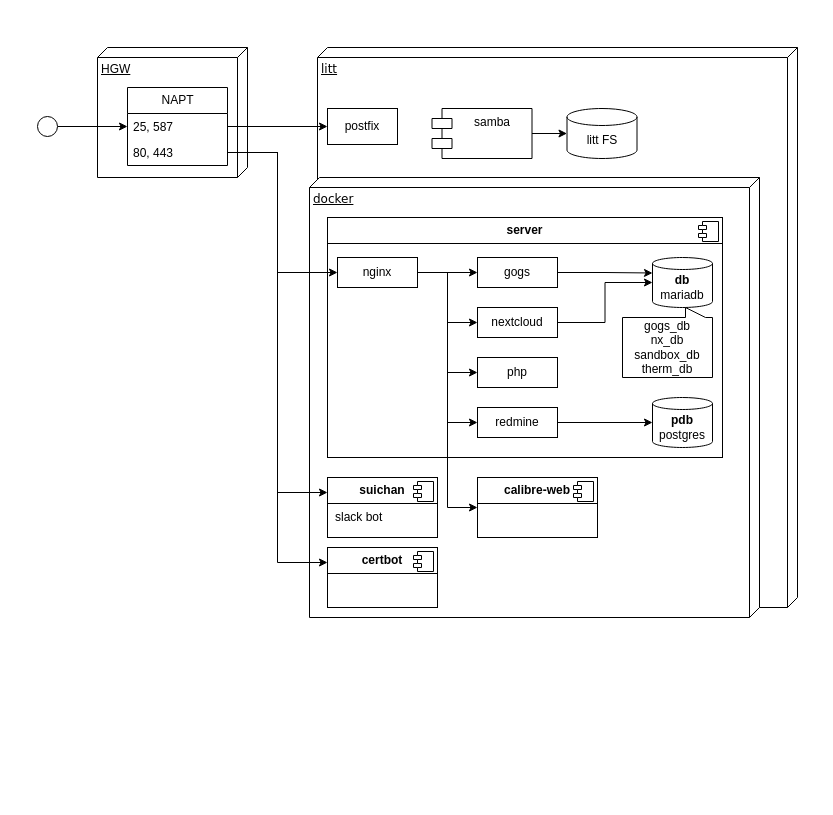
Before: page "present" (1 of 2) of img/home-network.drawio in hadacchi/architecture, a draw.io diagram. Source tidied: cells renumbered, new cells numbered last; positions are measured from the earlier drawing's top-left corner, leaving out a move shared by most shapes. Both pictures are drawn from the tidied source at 100%, with x=0, y=0 at pixel (37, 47).
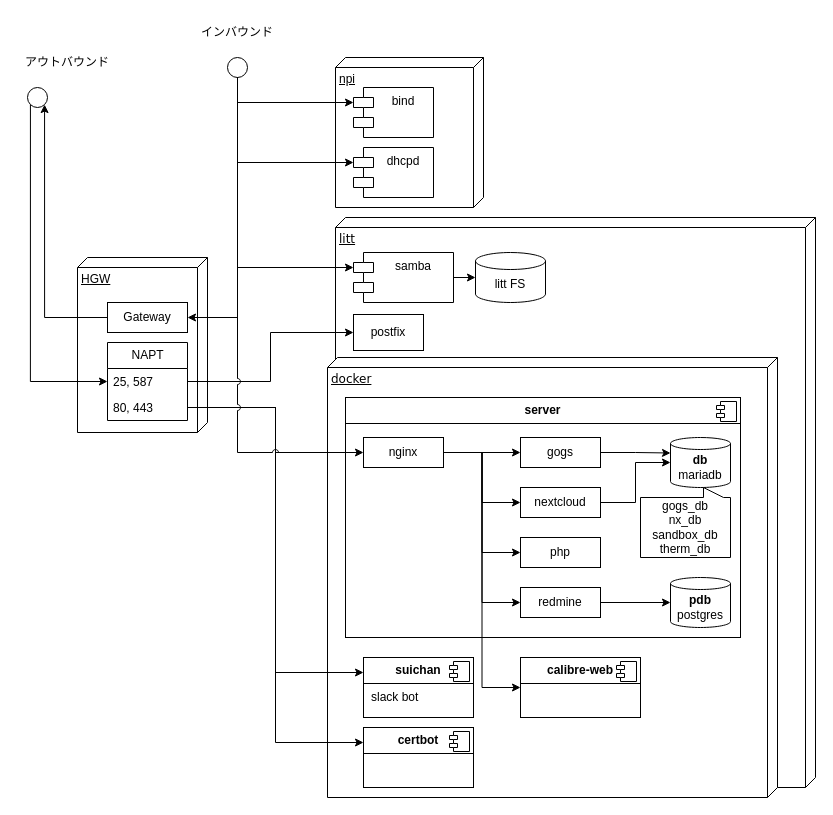
The same page after the edit.

Commit message (it also covers changes not shown here):
home-network.drawio を更新します

Change to the diagram source:
```diff
@@
     <mxCell id="2" value="HGW" style="verticalAlign=top;align=left;spacingTop=8;spacingLeft=2;spacingRight=12;shape=cube;size=10;direction=south;fontStyle=4;html=1;whiteSpace=wrap;" parent="1" vertex="1">
-      <mxGeometry x="60" width="150" height="130" as="geometry" />
+      <mxGeometry x="40" y="210" width="130" height="175" as="geometry" />
     </mxCell>
     <mxCell id="3" value="litt" style="verticalAlign=top;align=left;spacingTop=8;spacingLeft=2;spacingRight=12;shape=cube;size=10;direction=south;fontStyle=4;html=1;rounded=0;shadow=0;comic=0;labelBackgroundColor=none;strokeWidth=1;fontFamily=Verdana;fontSize=12;" parent="1" vertex="1">
-      <mxGeometry x="280" width="480" height="560" as="geometry" />
+      <mxGeometry x="298" y="170" width="480" height="570" as="geometry" />
     </mxCell>
     <mxCell id="4" value="docker" style="verticalAlign=top;align=left;spacingTop=8;spacingLeft=2;spacingRight=12;shape=cube;size=10;direction=south;fontStyle=4;html=1;rounded=0;shadow=0;comic=0;labelBackgroundColor=none;strokeWidth=1;fontFamily=Verdana;fontSize=12;" parent="1" vertex="1">
-      <mxGeometry x="272" y="130" width="450" height="440" as="geometry" />
+      <mxGeometry x="290" y="310" width="450" height="440" as="geometry" />
     </mxCell>
@@
-    <mxCell id="6" style="edgeStyle=orthogonalEdgeStyle;rounded=0;jettySize=auto;html=1;exitX=1;exitY=0.5;exitDx=0;exitDy=0;entryX=0;entryY=0.25;entryDx=0;entryDy=0;" parent="1" edge="1" source="37" target="31">
-      <mxGeometry relative="1" as="geometry" />
-    </mxCell>
     <mxCell id="7" value="samba" style="shape=module;align=left;spacingLeft=20;align=center;verticalAlign=top;whiteSpace=wrap;html=1;" parent="1" vertex="1">
-      <mxGeometry x="394.5" y="61" width="100" height="50" as="geometry" />
+      <mxGeometry x="316" y="205" width="100" height="50" as="geometry" />
     </mxCell>
     <mxCell id="8" value="&lt;p style=&quot;margin:0px;margin-top:6px;text-align:center;&quot;&gt;&lt;b&gt;suichan&lt;/b&gt;&lt;/p&gt;&lt;hr size=&quot;1&quot; style=&quot;border-style:solid;&quot;&gt;&lt;p style=&quot;margin:0px;margin-left:8px;&quot;&gt;slack bot&lt;/p&gt;" style="align=left;overflow=fill;html=1;whiteSpace=wrap;" parent="1" vertex="1">
-      <mxGeometry x="290" y="430" width="110" height="60" as="geometry" />
+      <mxGeometry x="326" y="610" width="110" height="60" as="geometry" />
     </mxCell>
@@
-    <mxCell id="10" style="group;" parent="1" vertex="1">
-      <mxGeometry x="290" y="170" width="395" height="240" as="geometry" />
-    </mxCell>
+    <mxCell id="31" value="&lt;p style=&quot;margin:0px;margin-top:6px;text-align:center;&quot;&gt;&lt;b&gt;certbot&lt;/b&gt;&lt;/p&gt;&lt;hr size=&quot;1&quot; style=&quot;border-style:solid;&quot;&gt;&lt;p style=&quot;margin:0px;margin-left:8px;&quot;&gt;&lt;br&gt;&lt;/p&gt;" style="align=left;overflow=fill;html=1;whiteSpace=wrap;" parent="1" vertex="1">
+      <mxGeometry x="326" y="680" width="110" height="60" as="geometry" />
+    </mxCell>
+    <mxCell id="32" style="shape=component;jettyWidth=8;jettyHeight=4;" parent="31" vertex="1">
+      <mxGeometry x="1" width="20" height="20" relative="1" as="geometry">
+        <mxPoint x="-24" y="4" as="offset" />
+      </mxGeometry>
+    </mxCell>
+    <mxCell id="33" value="litt FS" style="shape=cylinder3;whiteSpace=wrap;html=1;boundedLbl=1;backgroundOutline=1;size=8.500000000000028;" parent="1" vertex="1">
+      <mxGeometry x="438" y="205" width="70" height="50" as="geometry" />
+    </mxCell>
+    <mxCell id="34" style="edgeStyle=orthogonalEdgeStyle;rounded=0;jettySize=auto;html=1;exitX=1;exitY=0.5;exitDx=0;exitDy=0;entryX=0;entryY=0.5;entryDx=0;entryDy=0;entryPerimeter=0;" parent="1" edge="1" source="7" target="33">
+      <mxGeometry relative="1" as="geometry" />
+    </mxCell>
+    <mxCell id="35" value="NAPT" style="swimlane;fontStyle=0;horizontal=1;startSize=26;fillColor=none;html=1;" parent="1" vertex="1">
+      <mxGeometry x="70" y="295" width="80" height="78" as="geometry" />
+    </mxCell>
+    <mxCell id="36" value="25, 587" style="text;strokeColor=none;fillColor=none;align=left;verticalAlign=top;spacingLeft=4;spacingRight=4;overflow=hidden;points=[[0,0.5],[1,0.5]];portConstraint=eastwest;whiteSpace=wrap;html=1;" parent="35" vertex="1">
+      <mxGeometry y="26" width="80" height="26" as="geometry" />
+    </mxCell>
+    <mxCell id="37" value="80, 443" style="text;strokeColor=none;fillColor=none;align=left;verticalAlign=top;spacingLeft=4;spacingRight=4;overflow=hidden;points=[[0,0.5],[1,0.5]];portConstraint=eastwest;whiteSpace=wrap;html=1;" parent="35" vertex="1">
+      <mxGeometry y="52" width="80" height="26" as="geometry" />
+    </mxCell>
+    <mxCell id="38" value="postfix" style="html=1;whiteSpace=wrap;" parent="1" vertex="1">
+      <mxGeometry x="316" y="267" width="70" height="36" as="geometry" />
+    </mxCell>
+    <mxCell id="39" style="edgeStyle=orthogonalEdgeStyle;rounded=0;jettySize=auto;html=1;exitX=1;exitY=0.5;exitDx=0;exitDy=0;entryX=0;entryY=0.5;entryDx=0;entryDy=0;" parent="1" edge="1" source="36" target="38">
+      <mxGeometry relative="1" as="geometry" />
+    </mxCell>
+    <mxCell id="41" style="edgeStyle=orthogonalEdgeStyle;rounded=0;jettySize=auto;html=1;entryX=0;entryY=0.5;entryDx=0;entryDy=0;exitX=0;exitY=1;exitDx=0;exitDy=0;" parent="1" edge="1" source="42" target="36">
+      <mxGeometry relative="1" as="geometry" />
+    </mxCell>
+    <mxCell id="42" style="ellipse;whiteSpace=wrap;html=1;" parent="1" vertex="1">
+      <mxGeometry x="-10" y="40" width="20" height="20" as="geometry" />
+    </mxCell>
+    <mxCell id="43" value="npi" style="verticalAlign=top;align=left;spacingTop=8;spacingLeft=2;spacingRight=12;shape=cube;size=10;direction=south;fontStyle=4;html=1;whiteSpace=wrap;" parent="1" vertex="1">
+      <mxGeometry x="298" y="10" width="148" height="150" as="geometry" />
+    </mxCell>
+    <mxCell id="44" value="bind" style="shape=module;align=left;spacingLeft=20;align=center;verticalAlign=top;whiteSpace=wrap;html=1;" parent="1" vertex="1">
+      <mxGeometry x="316" y="40" width="80" height="50" as="geometry" />
+    </mxCell>
+    <mxCell id="45" value="dhcpd" style="shape=module;align=left;spacingLeft=20;align=center;verticalAlign=top;whiteSpace=wrap;html=1;" parent="1" vertex="1">
+      <mxGeometry x="316" y="100" width="80" height="50" as="geometry" />
+    </mxCell>
+    <mxCell id="46" value="アウトバウンド" style="text;html=1;align=center;verticalAlign=middle;whiteSpace=wrap;rounded=0;" parent="1" vertex="1">
+      <mxGeometry x="-20" width="100" height="30" as="geometry" />
+    </mxCell>
+    <mxCell id="47" value="インバウンド" style="text;html=1;align=center;verticalAlign=middle;whiteSpace=wrap;rounded=0;" parent="1" vertex="1">
+      <mxGeometry x="150" y="-30" width="100" height="30" as="geometry" />
+    </mxCell>
+    <mxCell id="48" style="edgeStyle=orthogonalEdgeStyle;rounded=0;jettySize=auto;html=1;exitX=0.5;exitY=1;exitDx=0;exitDy=0;entryX=0;entryY=0.5;entryDx=0;entryDy=0;jumpStyle=arc;" parent="1" edge="1" source="50" target="19">
+      <mxGeometry relative="1" as="geometry" />
+    </mxCell>
+    <mxCell id="49" style="edgeStyle=orthogonalEdgeStyle;rounded=0;jettySize=auto;html=1;exitX=0.5;exitY=1;exitDx=0;exitDy=0;entryX=1;entryY=0.5;entryDx=0;entryDy=0;" parent="1" edge="1" source="50" target="55">
+      <mxGeometry relative="1" as="geometry" />
+    </mxCell>
+    <mxCell id="50" style="ellipse;whiteSpace=wrap;html=1;" parent="1" vertex="1">
+      <mxGeometry x="190" y="10" width="20" height="20" as="geometry" />
+    </mxCell>
+    <mxCell id="51" style="edgeStyle=orthogonalEdgeStyle;rounded=0;jettySize=auto;html=1;exitX=0.5;exitY=1;exitDx=0;exitDy=0;entryX=0;entryY=0;entryDx=0;entryDy=15;entryPerimeter=0;" parent="1" edge="1" source="50" target="44">
+      <mxGeometry relative="1" as="geometry" />
+    </mxCell>
+    <mxCell id="52" style="edgeStyle=orthogonalEdgeStyle;rounded=0;jettySize=auto;html=1;exitX=0.5;exitY=1;exitDx=0;exitDy=0;entryX=0;entryY=0;entryDx=0;entryDy=15;entryPerimeter=0;" parent="1" edge="1" source="50" target="45">
+      <mxGeometry relative="1" as="geometry" />
+    </mxCell>
+    <mxCell id="53" style="edgeStyle=orthogonalEdgeStyle;rounded=0;jettySize=auto;html=1;exitX=0.5;exitY=1;exitDx=0;exitDy=0;entryX=0;entryY=0;entryDx=0;entryDy=15;entryPerimeter=0;" parent="1" edge="1" source="50" target="7">
+      <mxGeometry relative="1" as="geometry" />
+    </mxCell>
-    <mxCell id="11" value="&lt;p style=&quot;margin:0px;margin-top:6px;text-align:center;&quot;&gt;&lt;b&gt;server&lt;/b&gt;&lt;/p&gt;&lt;hr size=&quot;1&quot; style=&quot;border-style:solid;&quot;&gt;&lt;p style=&quot;margin:0px;margin-left:8px;&quot;&gt;&lt;br&gt;&lt;/p&gt;" style="align=left;overflow=fill;html=1;whiteSpace=wrap;" parent="10" vertex="1">
-      <mxGeometry width="395" height="240" as="geometry" />
+    <mxCell id="11" value="&lt;p style=&quot;margin:0px;margin-top:6px;text-align:center;&quot;&gt;&lt;b&gt;server&lt;/b&gt;&lt;/p&gt;&lt;hr size=&quot;1&quot; style=&quot;border-style:solid;&quot;&gt;&lt;p style=&quot;margin:0px;margin-left:8px;&quot;&gt;&lt;br&gt;&lt;/p&gt;" style="align=left;overflow=fill;html=1;whiteSpace=wrap;" parent="1" vertex="1">
+      <mxGeometry x="308" y="350" width="395" height="240" as="geometry" />
     </mxCell>
@@
-    <mxCell id="13" value="&lt;b&gt;db&lt;/b&gt;&lt;div&gt;mariadb&lt;/div&gt;" style="shape=cylinder3;whiteSpace=wrap;html=1;boundedLbl=1;backgroundOutline=1;size=6;" parent="10" vertex="1">
-      <mxGeometry x="325" y="40" width="60" height="50" as="geometry" />
+    <mxCell id="13" value="&lt;b&gt;db&lt;/b&gt;&lt;div&gt;mariadb&lt;/div&gt;" style="shape=cylinder3;whiteSpace=wrap;html=1;boundedLbl=1;backgroundOutline=1;size=6;" parent="1" vertex="1">
+      <mxGeometry x="633" y="390" width="60" height="50" as="geometry" />
     </mxCell>
-    <mxCell id="14" value="&lt;b&gt;pdb&lt;/b&gt;&lt;div&gt;postgres&lt;/div&gt;" style="shape=cylinder3;whiteSpace=wrap;html=1;boundedLbl=1;backgroundOutline=1;size=6;" parent="10" vertex="1">
-      <mxGeometry x="325" y="180" width="60" height="50" as="geometry" />
+    <mxCell id="14" value="&lt;b&gt;pdb&lt;/b&gt;&lt;div&gt;postgres&lt;/div&gt;" style="shape=cylinder3;whiteSpace=wrap;html=1;boundedLbl=1;backgroundOutline=1;size=6;" parent="1" vertex="1">
+      <mxGeometry x="633" y="530" width="60" height="50" as="geometry" />
     </mxCell>
-    <mxCell id="15" style="edgeStyle=orthogonalEdgeStyle;rounded=0;jettySize=auto;html=1;exitX=1;exitY=0.5;exitDx=0;exitDy=0;entryX=0;entryY=0.5;entryDx=0;entryDy=0;" parent="10" edge="1" source="19" target="20">
+    <mxCell id="15" style="edgeStyle=orthogonalEdgeStyle;rounded=0;jettySize=auto;html=1;exitX=1;exitY=0.5;exitDx=0;exitDy=0;entryX=0;entryY=0.5;entryDx=0;entryDy=0;" parent="1" edge="1" source="19" target="20">
       <mxGeometry relative="1" as="geometry" />
     </mxCell>
-    <mxCell id="16" style="edgeStyle=orthogonalEdgeStyle;rounded=0;jettySize=auto;html=1;exitX=1;exitY=0.5;exitDx=0;exitDy=0;entryX=0;entryY=0.5;entryDx=0;entryDy=0;" parent="10" edge="1" source="19" target="22">
+    <mxCell id="16" style="edgeStyle=orthogonalEdgeStyle;rounded=0;jettySize=auto;html=1;exitX=1;exitY=0.5;exitDx=0;exitDy=0;entryX=0;entryY=0.5;entryDx=0;entryDy=0;" parent="1" edge="1" source="19" target="22">
       <mxGeometry relative="1" as="geometry" />
     </mxCell>
-    <mxCell id="17" style="edgeStyle=orthogonalEdgeStyle;rounded=0;jettySize=auto;html=1;exitX=1;exitY=0.5;exitDx=0;exitDy=0;entryX=0;entryY=0.5;entryDx=0;entryDy=0;" parent="10" edge="1" source="19" target="25">
+    <mxCell id="17" style="edgeStyle=orthogonalEdgeStyle;rounded=0;jettySize=auto;html=1;exitX=1;exitY=0.5;exitDx=0;exitDy=0;entryX=0;entryY=0.5;entryDx=0;entryDy=0;" parent="1" edge="1" source="19" target="25">
       <mxGeometry relative="1" as="geometry" />
     </mxCell>
-    <mxCell id="18" style="edgeStyle=orthogonalEdgeStyle;rounded=0;jettySize=auto;html=1;exitX=1;exitY=0.5;exitDx=0;exitDy=0;entryX=0;entryY=0.5;entryDx=0;entryDy=0;" parent="10" edge="1" source="19" target="26">
+    <mxCell id="18" style="edgeStyle=orthogonalEdgeStyle;rounded=0;jettySize=auto;html=1;exitX=1;exitY=0.5;exitDx=0;exitDy=0;entryX=0;entryY=0.5;entryDx=0;entryDy=0;" parent="1" edge="1" source="19" target="26">
       <mxGeometry relative="1" as="geometry" />
     </mxCell>
-    <mxCell id="19" value="nginx" style="html=1;whiteSpace=wrap;" parent="10" vertex="1">
-      <mxGeometry x="10" y="40" width="80" height="30" as="geometry" />
+    <mxCell id="19" value="nginx" style="html=1;whiteSpace=wrap;" parent="1" vertex="1">
+      <mxGeometry x="326" y="390" width="80" height="30" as="geometry" />
     </mxCell>
-    <mxCell id="20" value="gogs" style="html=1;whiteSpace=wrap;" parent="10" vertex="1">
-      <mxGeometry x="150" y="40" width="80" height="30" as="geometry" />
-    </mxCell>
-    <mxCell id="21" style="edgeStyle=orthogonalEdgeStyle;rounded=0;jettySize=auto;html=1;exitX=1;exitY=0.5;exitDx=0;exitDy=0;entryX=0;entryY=0;entryDx=0;entryDy=15.5;entryPerimeter=0;" parent="10" edge="1" source="20" target="13">
+    <mxCell id="21" style="edgeStyle=orthogonalEdgeStyle;rounded=0;jettySize=auto;html=1;exitX=1;exitY=0.5;exitDx=0;exitDy=0;entryX=0;entryY=0;entryDx=0;entryDy=15.5;entryPerimeter=0;" parent="1" edge="1" source="20" target="13">
       <mxGeometry relative="1" as="geometry" />
     </mxCell>
-    <mxCell id="22" value="nextcloud" style="html=1;whiteSpace=wrap;" parent="10" vertex="1">
-      <mxGeometry x="150" y="90" width="80" height="30" as="geometry" />
-    </mxCell>
-    <mxCell id="23" style="edgeStyle=orthogonalEdgeStyle;rounded=0;jettySize=auto;html=1;exitX=1;exitY=0.5;exitDx=0;exitDy=0;entryX=0;entryY=0.5;entryDx=0;entryDy=0;entryPerimeter=0;" parent="10" edge="1" source="22" target="13">
+    <mxCell id="23" style="edgeStyle=orthogonalEdgeStyle;rounded=0;jettySize=auto;html=1;exitX=1;exitY=0.5;exitDx=0;exitDy=0;entryX=0;entryY=0.5;entryDx=0;entryDy=0;entryPerimeter=0;" parent="1" edge="1" source="22" target="13">
       <mxGeometry relative="1" as="geometry" />
     </mxCell>
-    <mxCell id="24" value="&lt;span style=&quot;text-wrap: nowrap;&quot;&gt;gogs_db&lt;/span&gt;&lt;div style=&quot;text-wrap: nowrap;&quot;&gt;nx_db&lt;/div&gt;&lt;div style=&quot;text-wrap: nowrap;&quot;&gt;sandbox_db&lt;/div&gt;&lt;div style=&quot;text-wrap: nowrap;&quot;&gt;therm_db&lt;/div&gt;" style="shape=callout;whiteSpace=wrap;html=1;perimeter=calloutPerimeter;position2=0.7;size=10;position=0.7;base=20;rotation=0;flipV=1;" parent="10" vertex="1">
-      <mxGeometry x="295" y="90" width="90" height="70" as="geometry" />
+    <mxCell id="24" value="&lt;span style=&quot;text-wrap: nowrap;&quot;&gt;gogs_db&lt;/span&gt;&lt;div style=&quot;text-wrap: nowrap;&quot;&gt;nx_db&lt;/div&gt;&lt;div style=&quot;text-wrap: nowrap;&quot;&gt;sandbox_db&lt;/div&gt;&lt;div style=&quot;text-wrap: nowrap;&quot;&gt;therm_db&lt;/div&gt;" style="shape=callout;whiteSpace=wrap;html=1;perimeter=calloutPerimeter;position2=0.7;size=10;position=0.7;base=20;rotation=0;flipV=1;" parent="1" vertex="1">
+      <mxGeometry x="603" y="440" width="90" height="70" as="geometry" />
     </mxCell>
+    <mxCell id="27" style="edgeStyle=orthogonalEdgeStyle;rounded=0;jettySize=auto;html=1;exitX=1;exitY=0.5;exitDx=0;exitDy=0;entryX=0;entryY=0.5;entryDx=0;entryDy=0;entryPerimeter=0;" parent="1" edge="1" source="26" target="14">
+      <mxGeometry relative="1" as="geometry" />
+    </mxCell>
+    <mxCell id="20" value="gogs" style="html=1;whiteSpace=wrap;" parent="1" vertex="1">
+      <mxGeometry x="483" y="390" width="80" height="30" as="geometry" />
+    </mxCell>
+    <mxCell id="22" value="nextcloud" style="html=1;whiteSpace=wrap;" parent="1" vertex="1">
+      <mxGeometry x="483" y="440" width="80" height="30" as="geometry" />
+    </mxCell>
-    <mxCell id="25" value="php" style="html=1;whiteSpace=wrap;" parent="10" vertex="1">
-      <mxGeometry x="150" y="140" width="80" height="30" as="geometry" />
+    <mxCell id="25" value="php" style="html=1;whiteSpace=wrap;" parent="1" vertex="1">
+      <mxGeometry x="483" y="490" width="80" height="30" as="geometry" />
     </mxCell>
-    <mxCell id="26" value="redmine" style="html=1;whiteSpace=wrap;" parent="10" vertex="1">
-      <mxGeometry x="150" y="190" width="80" height="30" as="geometry" />
+    <mxCell id="26" value="redmine" style="html=1;whiteSpace=wrap;" parent="1" vertex="1">
+      <mxGeometry x="483" y="540" width="80" height="30" as="geometry" />
     </mxCell>
-    <mxCell id="27" style="edgeStyle=orthogonalEdgeStyle;rounded=0;jettySize=auto;html=1;exitX=1;exitY=0.5;exitDx=0;exitDy=0;entryX=0;entryY=0.5;entryDx=0;entryDy=0;entryPerimeter=0;" parent="10" edge="1" source="26" target="14">
-      <mxGeometry relative="1" as="geometry" />
-    </mxCell>
     <mxCell id="28" value="&lt;p style=&quot;margin:0px;margin-top:6px;text-align:center;&quot;&gt;&lt;b&gt;calibre-web&lt;/b&gt;&lt;/p&gt;&lt;hr size=&quot;1&quot; style=&quot;border-style:solid;&quot;&gt;&lt;p style=&quot;margin:0px;margin-left:8px;&quot;&gt;&lt;br&gt;&lt;/p&gt;" style="align=left;overflow=fill;html=1;whiteSpace=wrap;" parent="1" vertex="1">
-      <mxGeometry x="440" y="430" width="120" height="60" as="geometry" />
+      <mxGeometry x="483" y="610" width="120" height="60" as="geometry" />
     </mxCell>
@@
-    <mxCell id="31" value="&lt;p style=&quot;margin:0px;margin-top:6px;text-align:center;&quot;&gt;&lt;b&gt;certbot&lt;/b&gt;&lt;/p&gt;&lt;hr size=&quot;1&quot; style=&quot;border-style:solid;&quot;&gt;&lt;p style=&quot;margin:0px;margin-left:8px;&quot;&gt;&lt;br&gt;&lt;/p&gt;" style="align=left;overflow=fill;html=1;whiteSpace=wrap;" parent="1" vertex="1">
-      <mxGeometry x="290" y="500" width="110" height="60" as="geometry" />
-    </mxCell>
-    <mxCell id="32" style="shape=component;jettyWidth=8;jettyHeight=4;" parent="31" vertex="1">
-      <mxGeometry x="1" width="20" height="20" relative="1" as="geometry">
-        <mxPoint x="-24" y="4" as="offset" />
-      </mxGeometry>
-    </mxCell>
-    <mxCell id="33" value="litt FS" style="shape=cylinder3;whiteSpace=wrap;html=1;boundedLbl=1;backgroundOutline=1;size=8.500000000000028;" parent="1" vertex="1">
-      <mxGeometry x="529.5" y="61" width="70" height="50" as="geometry" />
-    </mxCell>
-    <mxCell id="34" style="edgeStyle=orthogonalEdgeStyle;rounded=0;jettySize=auto;html=1;exitX=1;exitY=0.5;exitDx=0;exitDy=0;entryX=0;entryY=0.5;entryDx=0;entryDy=0;entryPerimeter=0;" parent="1" edge="1" source="7" target="33">
-      <mxGeometry relative="1" as="geometry" />
-    </mxCell>
-    <mxCell id="35" value="NAPT" style="swimlane;fontStyle=0;horizontal=1;startSize=26;fillColor=none;html=1;" parent="1" vertex="1">
-      <mxGeometry x="90" y="40" width="100" height="78" as="geometry" />
-    </mxCell>
-    <mxCell id="36" value="25, 587" style="text;strokeColor=none;fillColor=none;align=left;verticalAlign=top;spacingLeft=4;spacingRight=4;overflow=hidden;points=[[0,0.5],[1,0.5]];portConstraint=eastwest;whiteSpace=wrap;html=1;" parent="35" vertex="1">
-      <mxGeometry y="26" width="100" height="26" as="geometry" />
-    </mxCell>
-    <mxCell id="37" value="80, 443" style="text;strokeColor=none;fillColor=none;align=left;verticalAlign=top;spacingLeft=4;spacingRight=4;overflow=hidden;points=[[0,0.5],[1,0.5]];portConstraint=eastwest;whiteSpace=wrap;html=1;" parent="35" vertex="1">
-      <mxGeometry y="52" width="100" height="26" as="geometry" />
-    </mxCell>
-    <mxCell id="38" value="postfix" style="html=1;whiteSpace=wrap;" parent="1" vertex="1">
-      <mxGeometry x="290" y="61" width="70" height="36" as="geometry" />
-    </mxCell>
-    <mxCell id="39" style="edgeStyle=orthogonalEdgeStyle;rounded=0;jettySize=auto;html=1;exitX=1;exitY=0.5;exitDx=0;exitDy=0;" parent="1" edge="1" source="36" target="38">
-      <mxGeometry relative="1" as="geometry" />
-    </mxCell>
     <mxCell id="40" style="edgeStyle=orthogonalEdgeStyle;rounded=0;jettySize=auto;html=1;exitX=1;exitY=0.5;exitDx=0;exitDy=0;entryX=0;entryY=0.5;entryDx=0;entryDy=0;" parent="1" edge="1" source="37" target="19">
-      <mxGeometry relative="1" as="geometry">
-        <Array as="points">
-          <mxPoint x="240" y="105" />
-          <mxPoint x="240" y="225" />
-        </Array>
-      </mxGeometry>
+      <mxGeometry relative="1" as="geometry" />
     </mxCell>
-    <mxCell id="41" style="edgeStyle=orthogonalEdgeStyle;rounded=0;jettySize=auto;html=1;exitX=1;exitY=0.5;exitDx=0;exitDy=0;entryX=0;entryY=0.5;entryDx=0;entryDy=0;" parent="1" edge="1" source="42" target="36">
-      <mxGeometry relative="1" as="geometry" />
-    </mxCell>
-    <mxCell id="42" style="ellipse;whiteSpace=wrap;html=1;" parent="1" vertex="1">
-      <mxGeometry y="69" width="20" height="20" as="geometry" />
-    </mxCell>
+    <mxCell id="6" style="edgeStyle=orthogonalEdgeStyle;rounded=0;jettySize=auto;html=1;exitX=1;exitY=0.5;exitDx=0;exitDy=0;entryX=0;entryY=0.25;entryDx=0;entryDy=0;" parent="1" edge="1" source="37" target="31">
+      <mxGeometry relative="1" as="geometry" />
+    </mxCell>
+    <mxCell id="54" style="edgeStyle=orthogonalEdgeStyle;rounded=0;jettySize=auto;html=1;exitX=0;exitY=0.5;exitDx=0;exitDy=0;entryX=1;entryY=1;entryDx=0;entryDy=0;" parent="1" edge="1" source="55" target="42">
+      <mxGeometry relative="1" as="geometry" />
+    </mxCell>
+    <mxCell id="55" value="Gateway" style="html=1;whiteSpace=wrap;" parent="1" vertex="1">
+      <mxGeometry x="70" y="255" width="80" height="30" as="geometry" />
+    </mxCell>
```
